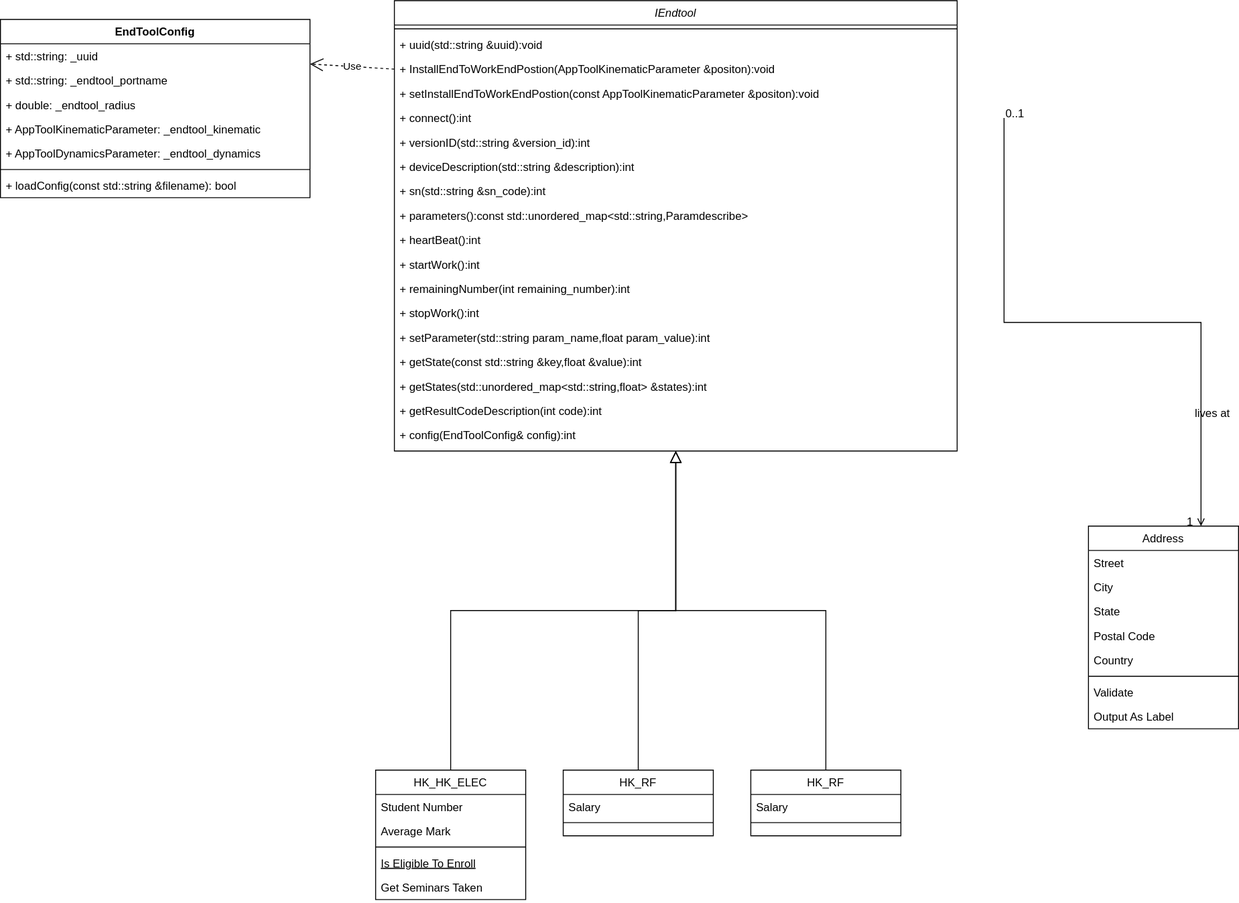
Earlier version of the draw.io export 理疗/理疗末端rpc服务.svg (Durpe/Drawio). Source tidied: cells renumbered, new cells last; positions are measured from the earlier drawing's top-left corner, leaving out a move shared by most shapes.
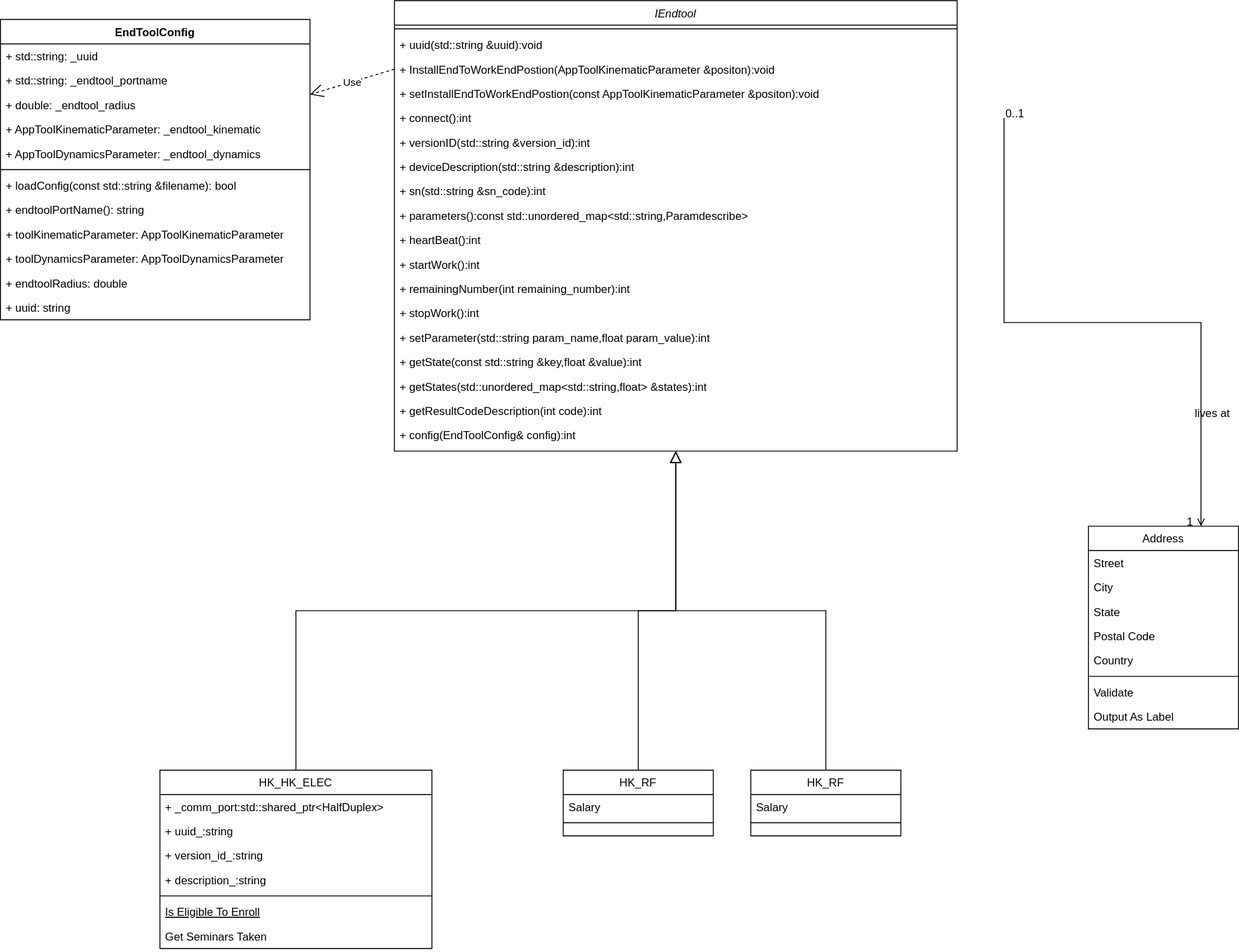
Above is the later version.

Commit message:
更新理疗末端rpc服务.svg

Change to the diagram source:
```diff
@@ -60,22 +60,28 @@
       <mxGeometry y="450" width="600" height="26" as="geometry" />
     </mxCell>
     <mxCell id="21" value="HK_HK_ELEC" style="swimlane;fontStyle=0;align=center;verticalAlign=top;horizontal=1;startSize=26;rounded=0;shadow=0;strokeWidth=1;" parent="1" vertex="1">
-      <mxGeometry x="400" y="820" width="160" height="138" as="geometry" />
+      <mxGeometry x="170" y="820" width="290" height="190" as="geometry" />
     </mxCell>
-    <mxCell id="22" value="Student Number" style="text;align=left;verticalAlign=top;spacingLeft=4;spacingRight=4;overflow=hidden;" parent="21" vertex="1">
-      <mxGeometry y="26" width="160" height="26" as="geometry" />
+    <mxCell id="22" value="+ _comm_port:std::shared_ptr&lt;HalfDuplex&gt;" style="text;align=left;verticalAlign=top;spacingLeft=4;spacingRight=4;overflow=hidden;" parent="21" vertex="1">
+      <mxGeometry y="26" width="290" height="26" as="geometry" />
     </mxCell>
-    <mxCell id="23" value="Average Mark" style="text;align=left;verticalAlign=top;spacingLeft=4;spacingRight=4;overflow=hidden;rounded=0;shadow=0;html=0;" parent="21" vertex="1">
-      <mxGeometry y="52" width="160" height="26" as="geometry" />
+    <mxCell id="23" value="+ uuid_:string" style="text;align=left;verticalAlign=top;spacingLeft=4;spacingRight=4;overflow=hidden;rounded=0;shadow=0;html=0;" parent="21" vertex="1">
+      <mxGeometry y="52" width="290" height="26" as="geometry" />
     </mxCell>
+    <mxCell id="58" value="+ version_id_:string" style="text;align=left;verticalAlign=top;spacingLeft=4;spacingRight=4;overflow=hidden;rounded=0;shadow=0;html=0;" parent="21" vertex="1">
+      <mxGeometry y="78" width="290" height="26" as="geometry" />
+    </mxCell>
+    <mxCell id="59" value="+ description_:string" style="text;align=left;verticalAlign=top;spacingLeft=4;spacingRight=4;overflow=hidden;rounded=0;shadow=0;html=0;" parent="21" vertex="1">
+      <mxGeometry y="104" width="290" height="26" as="geometry" />
+    </mxCell>
     <mxCell id="24" style="line;html=1;strokeWidth=1;align=left;verticalAlign=middle;spacingTop=-1;spacingLeft=3;spacingRight=3;labelPosition=right;" parent="21" vertex="1">
-      <mxGeometry y="78" width="160" height="8" as="geometry" />
+      <mxGeometry y="130" width="290" height="8" as="geometry" />
     </mxCell>
     <mxCell id="25" value="Is Eligible To Enroll" style="text;align=left;verticalAlign=top;spacingLeft=4;spacingRight=4;overflow=hidden;fontStyle=4;" parent="21" vertex="1">
-      <mxGeometry y="86" width="160" height="26" as="geometry" />
+      <mxGeometry y="138" width="290" height="26" as="geometry" />
     </mxCell>
     <mxCell id="26" value="Get Seminars Taken" style="text;align=left;verticalAlign=top;spacingLeft=4;spacingRight=4;overflow=hidden;" parent="21" vertex="1">
-      <mxGeometry y="112" width="160" height="26" as="geometry" />
+      <mxGeometry y="164" width="290" height="26" as="geometry" />
     </mxCell>
     <mxCell id="27" style="endArrow=block;endSize=10;endFill=0;shadow=0;strokeWidth=1;rounded=0;edgeStyle=elbowEdgeStyle;elbow=vertical;" parent="1" edge="1" source="21" target="2">
       <mxGeometry relative="1" as="geometry" />
@@ -161,7 +167,7 @@
       <mxGeometry relative="1" as="geometry" />
     </mxCell>
     <mxCell id="50" value="EndToolConfig" style="swimlane;fontStyle=1;align=center;verticalAlign=top;horizontal=1;startSize=26;whiteSpace=wrap;html=1;" parent="1" vertex="1">
-      <mxGeometry y="20" width="330" height="190" as="geometry" />
+      <mxGeometry y="20" width="330" height="320" as="geometry" />
     </mxCell>
     <mxCell id="51" value="+ std::string: _uuid" style="text;strokeColor=none;fillColor=none;align=left;verticalAlign=top;spacingLeft=4;spacingRight=4;overflow=hidden;whiteSpace=wrap;html=1;" parent="50" vertex="1">
       <mxGeometry y="26" width="330" height="26" as="geometry" />
@@ -184,5 +190,20 @@
     <mxCell id="57" value="+ loadConfig(const std::string &amp;amp;filename): bool" style="text;strokeColor=none;fillColor=none;align=left;verticalAlign=top;spacingLeft=4;spacingRight=4;overflow=hidden;whiteSpace=wrap;html=1;" parent="50" vertex="1">
       <mxGeometry y="164" width="330" height="26" as="geometry" />
     </mxCell>
+    <mxCell id="60" value="+ endtoolPortName(): string" style="text;strokeColor=none;fillColor=none;align=left;verticalAlign=top;spacingLeft=4;spacingRight=4;overflow=hidden;whiteSpace=wrap;html=1;" parent="50" vertex="1">
+      <mxGeometry y="190" width="330" height="26" as="geometry" />
+    </mxCell>
+    <mxCell id="61" value="+ toolKinematicParameter: AppToolKinematicParameter" style="text;strokeColor=none;fillColor=none;align=left;verticalAlign=top;spacingLeft=4;spacingRight=4;overflow=hidden;whiteSpace=wrap;html=1;" parent="50" vertex="1">
+      <mxGeometry y="216" width="330" height="26" as="geometry" />
+    </mxCell>
+    <mxCell id="62" value="+ toolDynamicsParameter: AppToolDynamicsParameter" style="text;strokeColor=none;fillColor=none;align=left;verticalAlign=top;spacingLeft=4;spacingRight=4;overflow=hidden;whiteSpace=wrap;html=1;" parent="50" vertex="1">
+      <mxGeometry y="242" width="330" height="26" as="geometry" />
+    </mxCell>
+    <mxCell id="63" value="+ endtoolRadius: double" style="text;strokeColor=none;fillColor=none;align=left;verticalAlign=top;spacingLeft=4;spacingRight=4;overflow=hidden;whiteSpace=wrap;html=1;" parent="50" vertex="1">
+      <mxGeometry y="268" width="330" height="26" as="geometry" />
+    </mxCell>
+    <mxCell id="64" value="+ uuid: string" style="text;strokeColor=none;fillColor=none;align=left;verticalAlign=top;spacingLeft=4;spacingRight=4;overflow=hidden;whiteSpace=wrap;html=1;" parent="50" vertex="1">
+      <mxGeometry y="294" width="330" height="26" as="geometry" />
+    </mxCell>
   </root>
 </mxGraphModel>
```
